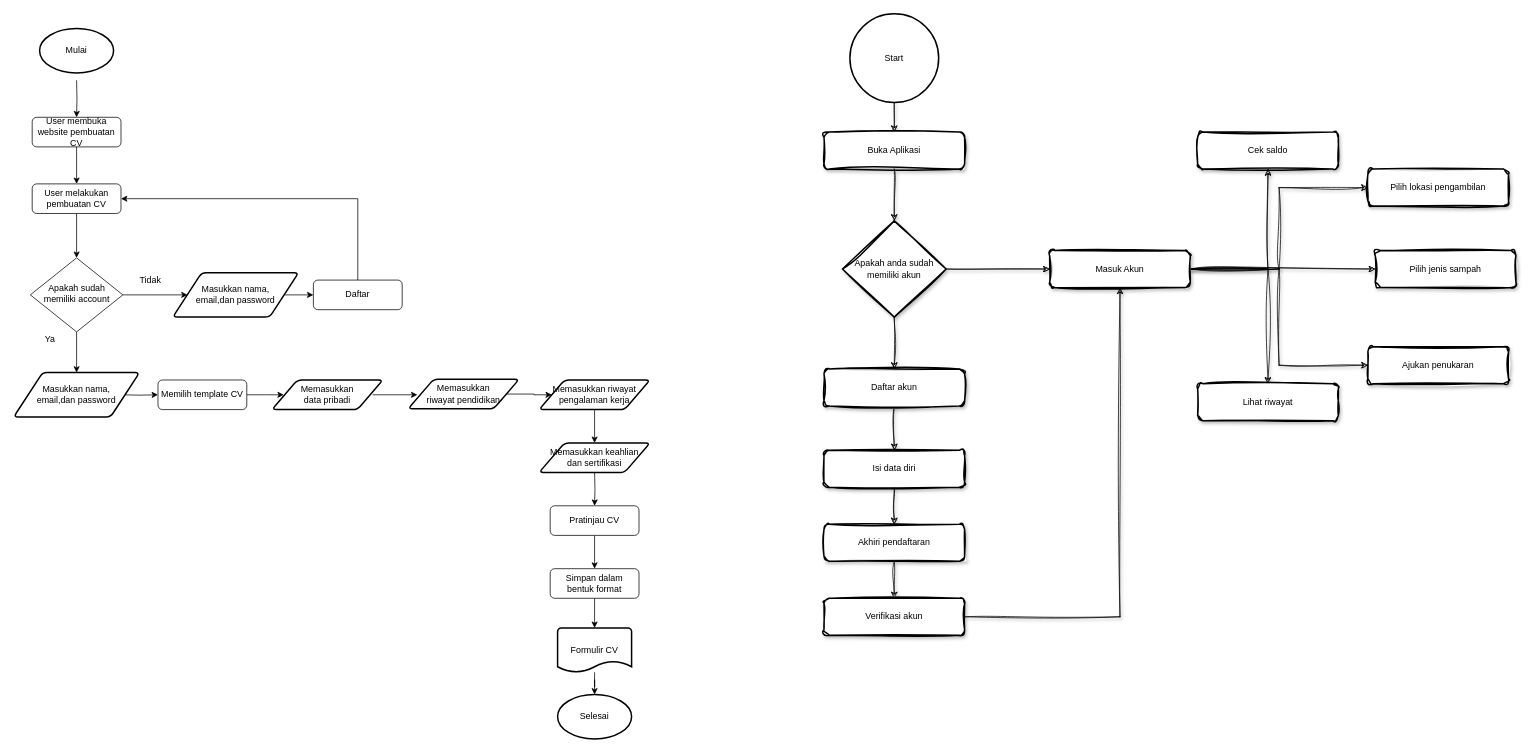
fdhliakbar/amplopku keeps this draw.io diagram as assets/Diagram/Flowchart AmplopKu.drawio. Above is the earlier version. Source tidied: cells renumbered, new cells numbered last; positions are measured from the earlier drawing's top-left corner, leaving out a move shared by most shapes. Both pictures are drawn from the tidied source at 74%, with x=0, y=0 at pixel (13, 13).
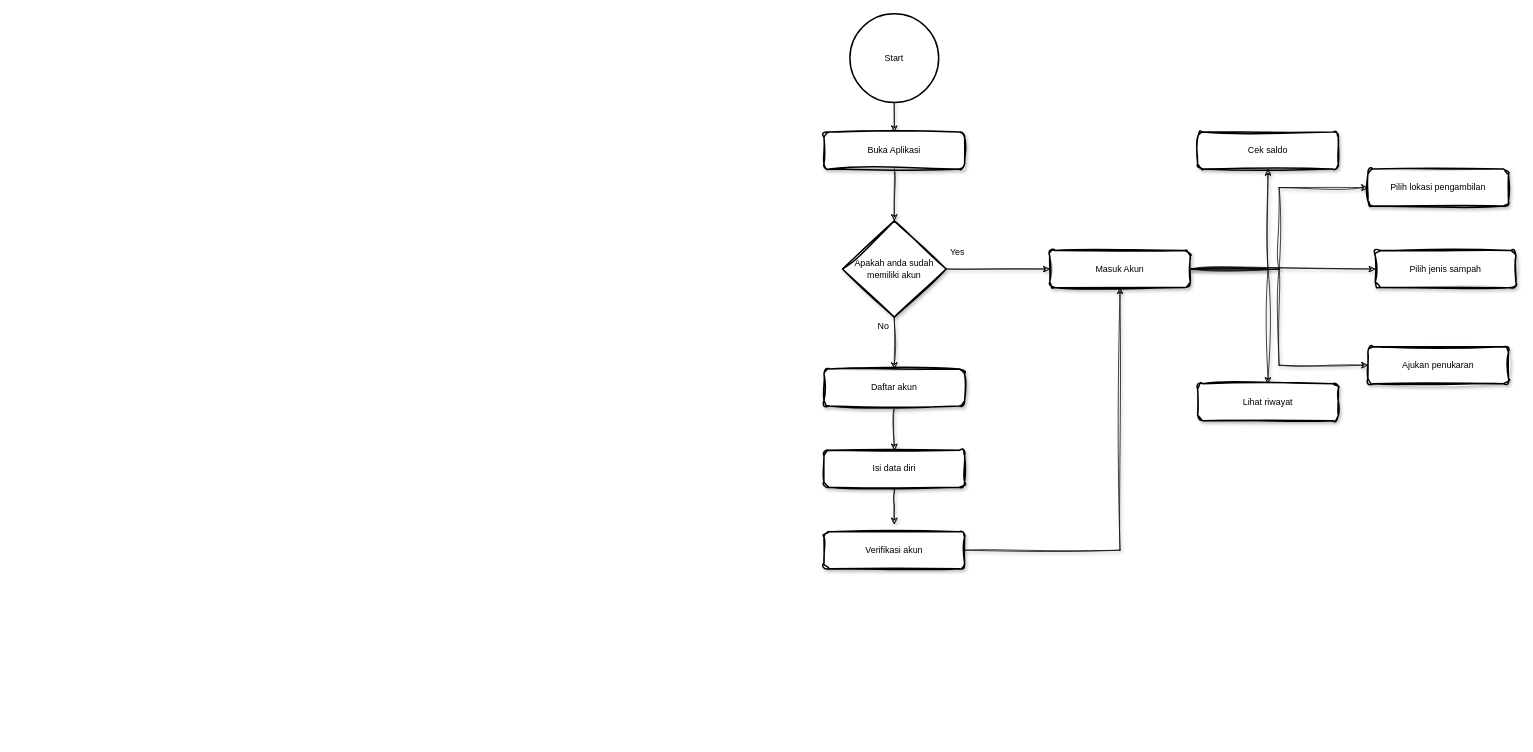
After the change.

Unchanged cells that the change refers to:
```xml
<mxCell id="46" value="Isi data diri" style="rounded=1;whiteSpace=wrap;html=1;absoluteArcSize=1;arcSize=14;strokeWidth=2;sketch=1;curveFitting=1;jiggle=2;shadow=1;" parent="1" vertex="1">
  <mxGeometry x="1095" y="590" width="190" height="50" as="geometry" />
</mxCell>
```

What changed in the source:
```diff
@@
-    <mxCell id="2" style="edgeStyle=orthogonalEdgeStyle;rounded=0;jettySize=auto;html=1;" parent="1" edge="1" source="3" target="8">
-      <mxGeometry relative="1" as="geometry" />
-    </mxCell>
-    <mxCell id="3" value="User membuka website pembuatan CV" style="rounded=1;whiteSpace=wrap;html=1;fontSize=12;glass=0;strokeWidth=1;shadow=0;" parent="1" vertex="1">
-      <mxGeometry x="25" y="140" width="120" height="40" as="geometry" />
-    </mxCell>
-    <mxCell id="4" style="edgeStyle=orthogonalEdgeStyle;rounded=0;jettySize=auto;html=1;entryX=1;entryY=0.5;entryDx=0;entryDy=0;" parent="1" edge="1" source="5" target="8">
-      <mxGeometry relative="1" as="geometry">
-        <Array as="points">
-          <mxPoint x="465" y="250" />
-        </Array>
-      </mxGeometry>
-    </mxCell>
-    <mxCell id="5" value="Daftar" style="rounded=1;whiteSpace=wrap;html=1;fontSize=12;glass=0;strokeWidth=1;shadow=0;" parent="1" vertex="1">
-      <mxGeometry x="405" y="360" width="120" height="40" as="geometry" />
-    </mxCell>
-    <mxCell id="6" style="edgeStyle=orthogonalEdgeStyle;rounded=0;jettySize=auto;html=1;" parent="1" edge="1" target="16">
-      <mxGeometry relative="1" as="geometry">
-        <mxPoint x="145" y="515" as="sourcePoint" />
-      </mxGeometry>
-    </mxCell>
-    <mxCell id="7" style="edgeStyle=orthogonalEdgeStyle;rounded=0;jettySize=auto;html=1;entryX=0.5;entryY=0;entryDx=0;entryDy=0;" parent="1" edge="1" source="8" target="11">
-      <mxGeometry relative="1" as="geometry" />
-    </mxCell>
-    <mxCell id="8" value="User melakukan pembuatan CV" style="rounded=1;whiteSpace=wrap;html=1;fontSize=12;glass=0;strokeWidth=1;shadow=0;gradientColor=none;" parent="1" vertex="1">
-      <mxGeometry x="25" y="230" width="120" height="40" as="geometry" />
-    </mxCell>
-    <mxCell id="9" style="edgeStyle=orthogonalEdgeStyle;rounded=0;jettySize=auto;html=1;" parent="1" edge="1" source="11">
-      <mxGeometry relative="1" as="geometry">
-        <mxPoint x="235" y="380" as="targetPoint" />
-      </mxGeometry>
-    </mxCell>
-    <mxCell id="10" style="edgeStyle=orthogonalEdgeStyle;rounded=0;jettySize=auto;html=1;entryX=0.5;entryY=0;entryDx=0;entryDy=0;" parent="1" edge="1" source="11" target="27">
-      <mxGeometry relative="1" as="geometry" />
-    </mxCell>
-    <mxCell id="11" value="Apakah sudah memiliki account" style="rhombus;whiteSpace=wrap;html=1;shadow=0;fontFamily=Helvetica;fontSize=12;align=center;strokeWidth=1;spacing=6;spacingTop=-4;" parent="1" vertex="1">
-      <mxGeometry x="22.5" y="330" width="125" height="100" as="geometry" />
-    </mxCell>
-    <mxCell id="12" style="edgeStyle=orthogonalEdgeStyle;rounded=0;orthogonalLoop=1;jettySize=auto;html=1;" parent="1" edge="1">
-      <mxGeometry relative="1" as="geometry">
-        <mxPoint x="355" y="380" as="sourcePoint" />
-        <mxPoint x="405" y="380" as="targetPoint" />
-      </mxGeometry>
-    </mxCell>
-    <mxCell id="13" value="Tidak" style="text;strokeColor=none;align=center;fillColor=none;html=1;verticalAlign=middle;whiteSpace=wrap;rounded=0;" parent="1" vertex="1">
-      <mxGeometry x="155" y="346" width="60" height="30" as="geometry" />
-    </mxCell>
-    <mxCell id="14" value="Ya" style="text;html=1;align=center;verticalAlign=middle;strokeColor=none;fillColor=none;" parent="1" vertex="1">
-      <mxGeometry x="29" y="425" width="40" height="30" as="geometry" />
-    </mxCell>
-    <mxCell id="15" style="edgeStyle=orthogonalEdgeStyle;rounded=0;jettySize=auto;html=1;entryX=0;entryY=0.5;entryDx=0;entryDy=0;" parent="1" edge="1" source="16">
-      <mxGeometry relative="1" as="geometry">
-        <mxPoint x="365" y="515" as="targetPoint" />
-      </mxGeometry>
-    </mxCell>
-    <mxCell id="16" value="Memilih template CV" style="rounded=1;whiteSpace=wrap;html=1;fontSize=12;glass=0;strokeWidth=1;shadow=0;" parent="1" vertex="1">
-      <mxGeometry x="195" y="495" width="120" height="40" as="geometry" />
-    </mxCell>
-    <mxCell id="17" style="edgeStyle=orthogonalEdgeStyle;rounded=0;orthogonalLoop=1;jettySize=auto;html=1;entryX=0.5;entryY=0;entryDx=0;entryDy=0;" parent="1" edge="1">
-      <mxGeometry relative="1" as="geometry">
-        <mxPoint x="785" y="530" as="sourcePoint" />
-        <mxPoint x="785" y="580" as="targetPoint" />
-      </mxGeometry>
-    </mxCell>
-    <mxCell id="18" style="edgeStyle=orthogonalEdgeStyle;rounded=0;orthogonalLoop=1;jettySize=auto;html=1;" parent="1" edge="1">
-      <mxGeometry relative="1" as="geometry">
-        <mxPoint x="485" y="515" as="sourcePoint" />
-        <mxPoint x="545.5" y="515" as="targetPoint" />
-      </mxGeometry>
-    </mxCell>
-    <mxCell id="19" style="edgeStyle=orthogonalEdgeStyle;rounded=0;jettySize=auto;html=1;entryX=0.5;entryY=0;entryDx=0;entryDy=0;" parent="1" edge="1" target="21">
-      <mxGeometry relative="1" as="geometry">
-        <mxPoint x="785" y="620" as="sourcePoint" />
-      </mxGeometry>
-    </mxCell>
-    <mxCell id="20" style="edgeStyle=orthogonalEdgeStyle;rounded=0;jettySize=auto;html=1;entryX=0.5;entryY=0;entryDx=0;entryDy=0;" parent="1" edge="1" source="21" target="23">
-      <mxGeometry relative="1" as="geometry" />
-    </mxCell>
-    <mxCell id="21" value="Pratinjau CV" style="rounded=1;whiteSpace=wrap;html=1;fontSize=12;glass=0;strokeWidth=1;shadow=0;" parent="1" vertex="1">
-      <mxGeometry x="725" y="665" width="120" height="40" as="geometry" />
-    </mxCell>
-    <mxCell id="22" style="edgeStyle=orthogonalEdgeStyle;rounded=0;jettySize=auto;html=1;entryX=0.5;entryY=0;entryDx=0;entryDy=0;" parent="1" edge="1" source="23">
-      <mxGeometry relative="1" as="geometry">
-        <mxPoint x="785" y="830" as="targetPoint" />
-      </mxGeometry>
-    </mxCell>
-    <mxCell id="23" value="Simpan dalam&lt;div&gt;bentuk format&lt;/div&gt;" style="rounded=1;whiteSpace=wrap;html=1;fontSize=12;glass=0;strokeWidth=1;shadow=0;" parent="1" vertex="1">
-      <mxGeometry x="725" y="750" width="120" height="40" as="geometry" />
-    </mxCell>
-    <mxCell id="24" style="edgeStyle=orthogonalEdgeStyle;rounded=0;jettySize=auto;html=1;" parent="1" edge="1" target="3">
-      <mxGeometry relative="1" as="geometry">
-        <mxPoint x="85" y="90" as="sourcePoint" />
-      </mxGeometry>
-    </mxCell>
-    <mxCell id="25" value="Mulai" style="strokeWidth=2;html=1;shape=mxgraph.flowchart.start_1;whiteSpace=wrap;" parent="1" vertex="1">
-      <mxGeometry x="35" y="20" width="100" height="60" as="geometry" />
-    </mxCell>
-    <mxCell id="26" value="Masukkan nama,&lt;div&gt;email,dan password&lt;/div&gt;" style="shape=parallelogram;html=1;strokeWidth=2;perimeter=parallelogramPerimeter;whiteSpace=wrap;rounded=1;arcSize=12;size=0.23;" parent="1" vertex="1">
-      <mxGeometry x="215" y="350" width="170" height="60" as="geometry" />
-    </mxCell>
-    <mxCell id="27" value="Masukkan nama,&lt;div&gt;email,dan password&lt;/div&gt;" style="shape=parallelogram;html=1;strokeWidth=2;perimeter=parallelogramPerimeter;whiteSpace=wrap;rounded=1;arcSize=12;size=0.23;" parent="1" vertex="1">
-      <mxGeometry y="485" width="170" height="60" as="geometry" />
-    </mxCell>
-    <mxCell id="28" value="Formulir CV" style="strokeWidth=2;html=1;shape=mxgraph.flowchart.document2;whiteSpace=wrap;size=0.25;" parent="1" vertex="1">
-      <mxGeometry x="735" y="830" width="100" height="60" as="geometry" />
-    </mxCell>
-    <mxCell id="29" value="Selesai" style="strokeWidth=2;html=1;shape=mxgraph.flowchart.start_1;whiteSpace=wrap;" parent="1" vertex="1">
-      <mxGeometry x="735" y="920" width="100" height="60" as="geometry" />
-    </mxCell>
-    <mxCell id="30" style="edgeStyle=orthogonalEdgeStyle;rounded=0;jettySize=auto;html=1;entryX=0.5;entryY=0;entryDx=0;entryDy=0;entryPerimeter=0;" parent="1" edge="1" source="28" target="29">
-      <mxGeometry relative="1" as="geometry" />
-    </mxCell>
-    <mxCell id="31" value="Memasukkan&lt;div&gt;data pribadi&lt;/div&gt;" style="shape=parallelogram;html=1;strokeWidth=2;perimeter=parallelogramPerimeter;whiteSpace=wrap;rounded=1;arcSize=12;size=0.23;" parent="1" vertex="1">
-      <mxGeometry x="349" y="495" width="150" height="40" as="geometry" />
-    </mxCell>
-    <mxCell id="32" value="Memasukkan keahlian&lt;div&gt;dan sertifikasi&lt;/div&gt;" style="shape=parallelogram;html=1;strokeWidth=2;perimeter=parallelogramPerimeter;whiteSpace=wrap;rounded=1;arcSize=12;size=0.23;" parent="1" vertex="1">
-      <mxGeometry x="710" y="580" width="150" height="40" as="geometry" />
-    </mxCell>
-    <mxCell id="33" style="edgeStyle=orthogonalEdgeStyle;rounded=0;jettySize=auto;html=1;" parent="1" edge="1" source="34" target="35">
-      <mxGeometry relative="1" as="geometry" />
-    </mxCell>
-    <mxCell id="34" value="Memasukkan&lt;div&gt;riwayat pendidikan&lt;/div&gt;" style="shape=parallelogram;html=1;strokeWidth=2;perimeter=parallelogramPerimeter;whiteSpace=wrap;rounded=1;arcSize=12;size=0.23;" parent="1" vertex="1">
-      <mxGeometry x="533" y="494" width="150" height="40" as="geometry" />
-    </mxCell>
-    <mxCell id="35" value="Memasukkan riwayat&lt;div&gt;pengalaman kerja&lt;/div&gt;" style="shape=parallelogram;html=1;strokeWidth=2;perimeter=parallelogramPerimeter;whiteSpace=wrap;rounded=1;arcSize=12;size=0.23;" parent="1" vertex="1">
-      <mxGeometry x="710" y="495" width="150" height="40" as="geometry" />
-    </mxCell>
@@
-    <mxCell id="45" style="edgeStyle=orthogonalEdgeStyle;rounded=0;jettySize=auto;html=1;entryX=0.5;entryY=0;entryDx=0;entryDy=0;sketch=1;curveFitting=1;jiggle=2;shadow=1;" parent="1" edge="1" source="46" target="59">
-      <mxGeometry relative="1" as="geometry" />
+    <mxCell id="45" style="edgeStyle=orthogonalEdgeStyle;rounded=0;jettySize=auto;html=1;entryX=0.5;entryY=0;entryDx=0;entryDy=0;sketch=1;curveFitting=1;jiggle=2;shadow=1;" parent="1" edge="1" source="46">
+      <mxGeometry relative="1" as="geometry">
+        <mxPoint x="1190" y="690" as="targetPoint" />
+      </mxGeometry>
     </mxCell>
@@
-    <mxCell id="58" style="edgeStyle=orthogonalEdgeStyle;rounded=0;jettySize=auto;html=1;sketch=1;curveFitting=1;jiggle=2;shadow=1;" parent="1" edge="1" source="59" target="61">
-      <mxGeometry relative="1" as="geometry" />
-    </mxCell>
-    <mxCell id="59" value="Akhiri pendaftaran" style="rounded=1;whiteSpace=wrap;html=1;absoluteArcSize=1;arcSize=14;strokeWidth=2;sketch=1;curveFitting=1;jiggle=2;shadow=1;" parent="1" vertex="1">
-      <mxGeometry x="1095" y="690" width="190" height="50" as="geometry" />
-    </mxCell>
@@
     <mxCell id="61" value="Verifikasi akun" style="rounded=1;whiteSpace=wrap;html=1;absoluteArcSize=1;arcSize=14;strokeWidth=2;sketch=1;curveFitting=1;jiggle=2;shadow=1;" parent="1" vertex="1">
-      <mxGeometry x="1095" y="790" width="190" height="50" as="geometry" />
+      <mxGeometry x="1095" y="700" width="190" height="50" as="geometry" />
     </mxCell>
+    <mxCell id="62" value="No" style="text;html=1;align=center;verticalAlign=middle;strokeColor=none;fillColor=none;" parent="1" vertex="1">
+      <mxGeometry x="1155" y="408" width="40" height="30" as="geometry" />
+    </mxCell>
+    <mxCell id="63" value="Yes" style="text;html=1;align=center;verticalAlign=middle;strokeColor=none;fillColor=none;" parent="1" vertex="1">
+      <mxGeometry x="1255" y="308" width="40" height="30" as="geometry" />
+    </mxCell>
```
